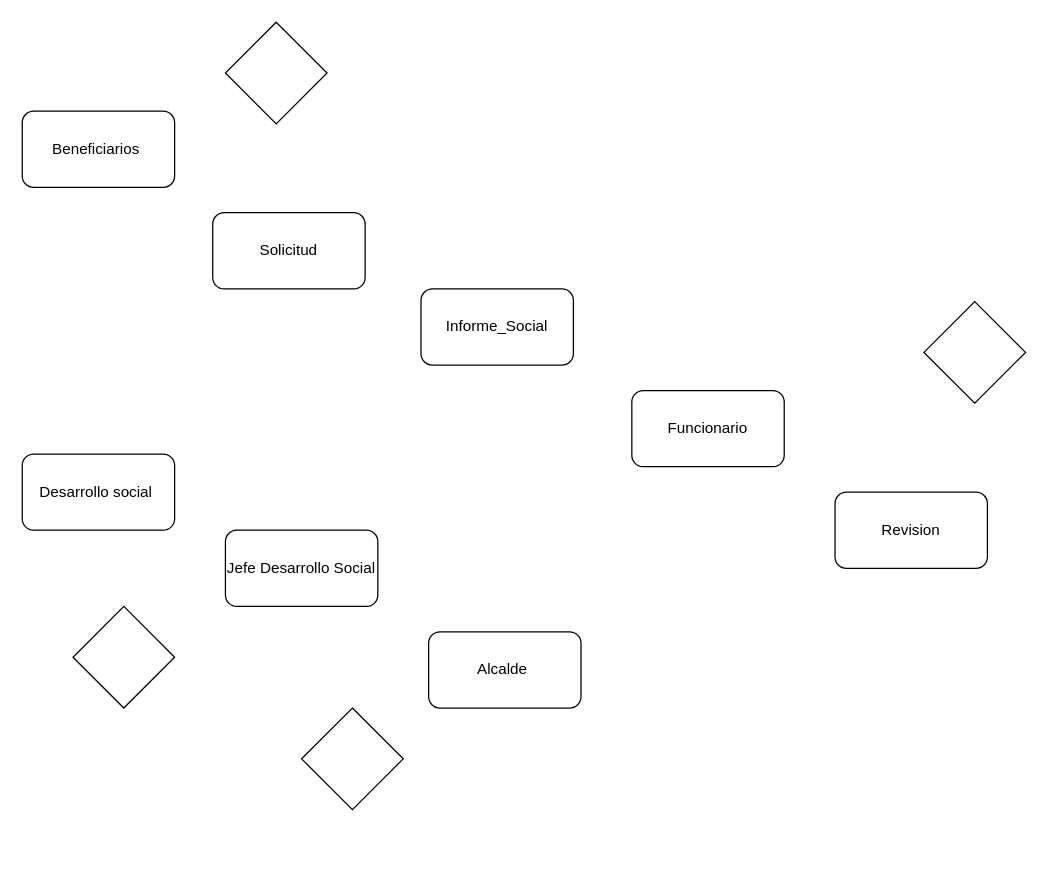
This is Diagrama sin título.drawio from otrolemao/ModeloDatos, a draw.io file, before an edit. Source tidied: cells renumbered, new cells numbered last; positions are measured from the earlier drawing's top-left corner, leaving out a move shared by most shapes. Both pictures are drawn from the tidied source at 127%, with x=0, y=0 at pixel (22, 22).
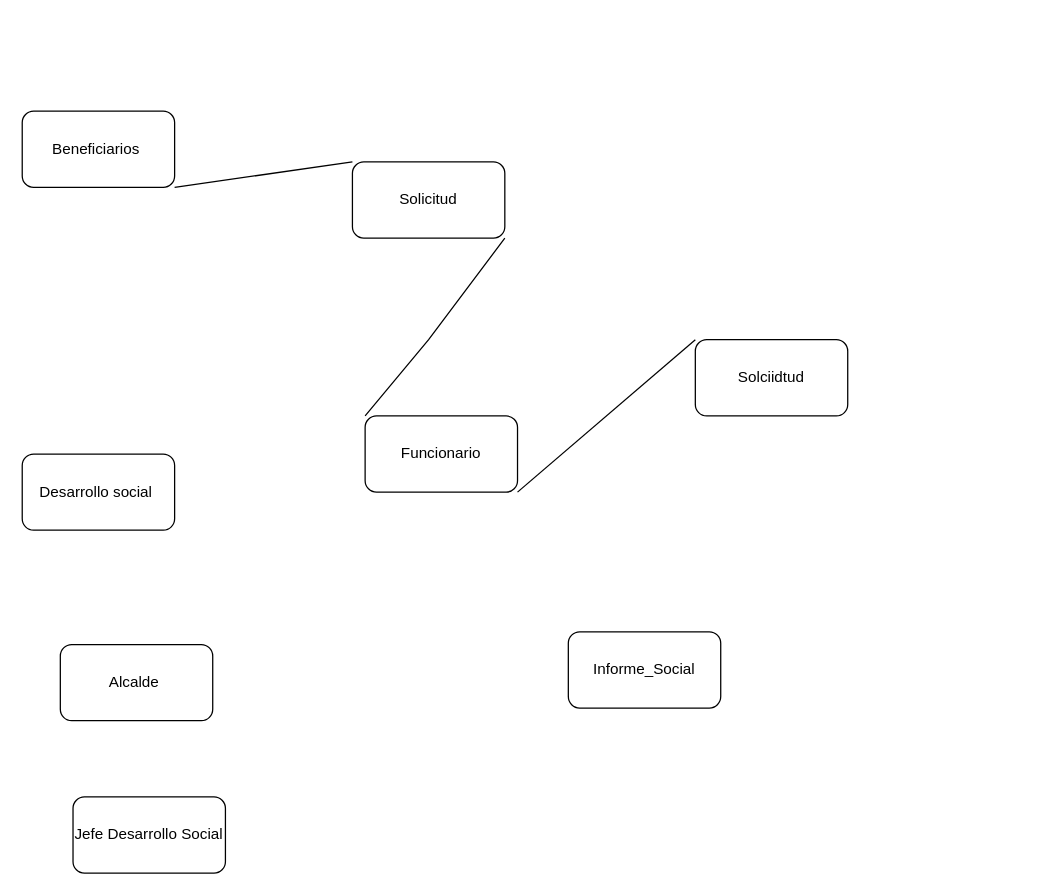
The same page after the edit.

Diff of the diagram source:
```diff
@@
 <mxGraphModel>
   <root>
     <mxCell id="0" />
     <mxCell id="1" parent="0" />
     <mxCell id="2" value="Beneficiarios&amp;nbsp;" style="rounded=1;whiteSpace=wrap;html=1;" parent="1" vertex="1">
       <mxGeometry y="70" width="120" height="60" as="geometry" />
     </mxCell>
-    <mxCell id="3" value="Revision" style="rounded=1;whiteSpace=wrap;html=1;" parent="1" vertex="1">
-      <mxGeometry x="640" y="370" width="120" height="60" as="geometry" />
+    <mxCell id="3" value="Informe_Social" style="rounded=1;whiteSpace=wrap;html=1;" parent="1" vertex="1">
+      <mxGeometry x="430" y="480" width="120" height="60" as="geometry" />
     </mxCell>
     <mxCell id="4" value="Funcionario" style="rounded=1;whiteSpace=wrap;html=1;" parent="1" vertex="1">
-      <mxGeometry x="480" y="290" width="120" height="60" as="geometry" />
+      <mxGeometry x="270" y="310" width="120" height="60" as="geometry" />
     </mxCell>
     <mxCell id="5" value="Desarrollo social&amp;nbsp;" style="rounded=1;whiteSpace=wrap;html=1;" parent="1" vertex="1">
       <mxGeometry y="340" width="120" height="60" as="geometry" />
     </mxCell>
     <mxCell id="6" value="Alcalde&amp;nbsp;" style="rounded=1;whiteSpace=wrap;html=1;" parent="1" vertex="1">
-      <mxGeometry x="320" y="480" width="120" height="60" as="geometry" />
+      <mxGeometry x="30" y="490" width="120" height="60" as="geometry" />
     </mxCell>
     <mxCell id="7" value="Jefe Desarrollo Social" style="rounded=1;whiteSpace=wrap;html=1;" parent="1" vertex="1">
-      <mxGeometry x="160" y="400" width="120" height="60" as="geometry" />
+      <mxGeometry x="40" y="610" width="120" height="60" as="geometry" />
     </mxCell>
-    <mxCell id="8" style="rhombus;whiteSpace=wrap;html=1;" parent="1" vertex="1">
-      <mxGeometry x="160" width="80" height="80" as="geometry" />
-    </mxCell>
-    <mxCell id="9" style="rhombus;whiteSpace=wrap;html=1;" parent="1" vertex="1">
-      <mxGeometry x="710" y="220" width="80" height="80" as="geometry" />
-    </mxCell>
-    <mxCell id="10" style="rhombus;whiteSpace=wrap;html=1;" parent="1" vertex="1">
-      <mxGeometry x="40" y="460" width="80" height="80" as="geometry" />
-    </mxCell>
-    <mxCell id="11" style="rhombus;whiteSpace=wrap;html=1;" parent="1" vertex="1">
-      <mxGeometry x="220" y="540" width="80" height="80" as="geometry" />
-    </mxCell>
     <mxCell id="12" value="Solicitud" style="rounded=1;whiteSpace=wrap;html=1;" parent="1" vertex="1">
-      <mxGeometry x="150" y="150" width="120" height="60" as="geometry" />
+      <mxGeometry x="260" y="110" width="120" height="60" as="geometry" />
     </mxCell>
-    <mxCell id="13" value="Informe_Social" style="rounded=1;whiteSpace=wrap;html=1;" parent="1" vertex="1">
-      <mxGeometry x="314" y="210" width="120" height="60" as="geometry" />
+    <mxCell id="13" value="Solciidtud" style="rounded=1;whiteSpace=wrap;html=1;" parent="1" vertex="1">
+      <mxGeometry x="530" y="250" width="120" height="60" as="geometry" />
     </mxCell>
+    <mxCell id="14" style="endArrow=none;html=1;rounded=0;exitX=1;exitY=1;exitDx=0;exitDy=0;entryX=0;entryY=0;entryDx=0;entryDy=0;" parent="1" edge="1" source="2" target="12">
+      <mxGeometry relative="1" as="geometry" />
+    </mxCell>
+    <mxCell id="15" style="endArrow=none;html=1;rounded=0;exitX=1;exitY=1;exitDx=0;exitDy=0;entryX=0;entryY=0;entryDx=0;entryDy=0;" parent="1" edge="1" source="12" target="4">
+      <mxGeometry relative="1" as="geometry">
+        <Array as="points">
+          <mxPoint x="320" y="250" />
+        </Array>
+      </mxGeometry>
+    </mxCell>
+    <mxCell id="16" style="endArrow=none;html=1;rounded=0;exitX=0;exitY=0;exitDx=0;exitDy=0;entryX=1;entryY=1;entryDx=0;entryDy=0;" parent="1" edge="1" source="13" target="4">
+      <mxGeometry relative="1" as="geometry" />
+    </mxCell>
   </root>
 </mxGraphModel>
```
